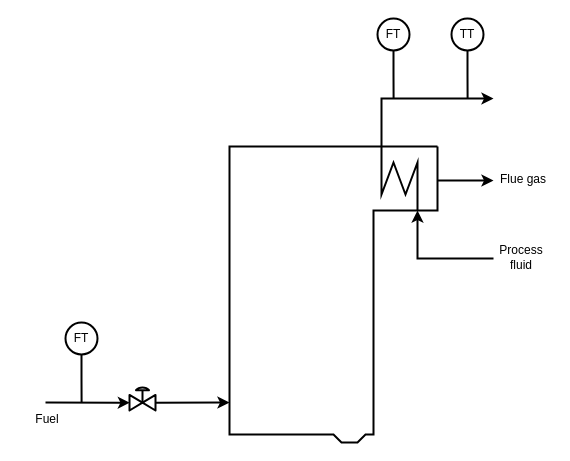
The draw.io diagram page "furnace-ratio-control-solution" (16 of 25) of assets/images/02-ratio-and-feedforward-control.drawio in rputikar/advanced-modeling-and-control, before the edit. Source tidied: cells renumbered, new cells numbered last; positions are measured from the earlier drawing's top-left corner, leaving out a move shared by most shapes. Both pictures are drawn from the tidied source at 100%, with x=0, y=0 at pixel (17, 18).
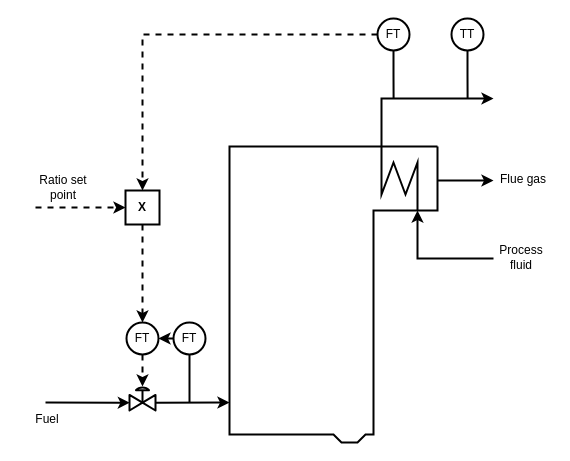
The same diagram, later.

The change refers to these unchanged cells:
```xml
<mxCell id="6" style="verticalLabelPosition=bottom;align=center;html=1;verticalAlign=top;dashed=0;shape=mxgraph.pid2valves.valve;valveType=gate;actuator=diaph;rounded=0;labelBackgroundColor=none;fontFamily=IBM Plex sans;fontSize=12;fontColor=default;fillColor=none;gradientColor=none;points=[];strokeWidth=2;" parent="1" vertex="1">
  <mxGeometry x="112" y="366" width="26" height="26" as="geometry" />
</mxCell>
<mxCell id="12" value="FT" style="ellipse;whiteSpace=wrap;html=1;rounded=0;labelBackgroundColor=none;fontFamily=IBM Plex sans;fontSize=12;fontColor=default;fillColor=none;gradientColor=none;fontFamily=IBM Plex sans;strokeWidth=2;" parent="1" vertex="1">
  <mxGeometry x="360" width="32" height="32" as="geometry" />
</mxCell>
```

The edit, as a diff of the source:
```diff
@@
     <mxCell id="9" style="edgeStyle=orthogonalEdgeStyle;shape=connector;rounded=0;jettySize=auto;html=1;exitX=0.5;exitY=1;exitDx=0;exitDy=0;labelBackgroundColor=none;strokeColor=default;fontFamily=IBM Plex sans;fontSize=12;fontColor=default;endArrow=none;endSize=4;endFill=0;strokeWidth=2;" parent="1" edge="1" source="10">
       <mxGeometry relative="1" as="geometry">
-        <mxPoint x="64.1" y="384" as="targetPoint" />
+        <mxPoint x="172" y="384" as="targetPoint" />
       </mxGeometry>
     </mxCell>
     <mxCell id="10" value="FT" style="ellipse;whiteSpace=wrap;html=1;rounded=0;labelBackgroundColor=none;fontFamily=IBM Plex sans;fontSize=12;fontColor=default;fillColor=none;gradientColor=none;fontFamily=IBM Plex sans;strokeWidth=2;" parent="1" vertex="1">
-      <mxGeometry x="48" y="304" width="32" height="32" as="geometry" />
+      <mxGeometry x="156" y="304" width="32" height="32" as="geometry" />
     </mxCell>
@@
+    <mxCell id="19" value="&lt;b&gt;X&lt;/b&gt;" style="whiteSpace=wrap;html=1;rounded=0;strokeColor=default;strokeWidth=2;align=center;verticalAlign=middle;fontFamily=IBM Plex sans;fontSize=12;fontColor=default;labelBackgroundColor=none;fillColor=none;" parent="1" vertex="1">
+      <mxGeometry x="108" y="172" width="34" height="34" as="geometry" />
+    </mxCell>
+    <mxCell id="20" style="edgeStyle=orthogonalEdgeStyle;rounded=0;jettySize=auto;html=1;strokeColor=default;strokeWidth=2;align=center;verticalAlign=middle;fontFamily=IBM Plex sans;fontSize=12;fontColor=default;labelBackgroundColor=none;endArrow=classic;endSize=6;dashed=1;" parent="1" edge="1" source="19" target="24">
+      <mxGeometry relative="1" as="geometry" />
+    </mxCell>
+    <mxCell id="21" style="edgeStyle=orthogonalEdgeStyle;rounded=0;jettySize=auto;html=1;strokeColor=default;strokeWidth=2;align=center;verticalAlign=middle;fontFamily=IBM Plex sans;fontSize=12;fontColor=default;labelBackgroundColor=none;endArrow=classic;endSize=6;dashed=1;entryX=0;entryY=0.5;entryDx=0;entryDy=0;" parent="1" edge="1" target="19">
+      <mxGeometry relative="1" as="geometry">
+        <mxPoint x="18" y="189" as="sourcePoint" />
+        <Array as="points">
+          <mxPoint x="18" y="189" />
+        </Array>
+      </mxGeometry>
+    </mxCell>
+    <mxCell id="22" style="edgeStyle=orthogonalEdgeStyle;rounded=0;jettySize=auto;html=1;strokeColor=default;strokeWidth=2;align=center;verticalAlign=middle;fontFamily=IBM Plex sans;fontSize=12;fontColor=default;labelBackgroundColor=none;endArrow=classic;endSize=6;dashed=1;entryX=0.5;entryY=0;entryDx=0;entryDy=0;exitX=0;exitY=0.5;exitDx=0;exitDy=0;" parent="1" edge="1" source="12" target="19">
+      <mxGeometry relative="1" as="geometry">
+        <Array as="points">
+          <mxPoint x="125" y="16" />
+        </Array>
+      </mxGeometry>
+    </mxCell>
+    <mxCell id="23" value="Ratio set point" style="text;html=1;strokeColor=none;fillColor=none;align=center;verticalAlign=middle;whiteSpace=wrap;rounded=0;fontSize=12;fontFamily=IBM Plex sans;fontColor=default;strokeWidth=2;" parent="1" vertex="1">
+      <mxGeometry x="16" y="154" width="60" height="30" as="geometry" />
+    </mxCell>
+    <mxCell id="24" value="FT" style="ellipse;whiteSpace=wrap;html=1;rounded=0;labelBackgroundColor=none;fontFamily=IBM Plex sans;fontSize=12;fontColor=default;fillColor=none;gradientColor=none;fontFamily=IBM Plex sans;strokeWidth=2;" parent="1" vertex="1">
+      <mxGeometry x="109" y="304" width="32" height="32" as="geometry" />
+    </mxCell>
+    <mxCell id="25" style="edgeStyle=orthogonalEdgeStyle;rounded=0;jettySize=auto;html=1;strokeColor=default;strokeWidth=2;align=center;verticalAlign=middle;fontFamily=IBM Plex sans;fontSize=12;fontColor=default;labelBackgroundColor=none;endArrow=classic;endSize=6;dashed=1;entryX=0.5;entryY=0.075;entryDx=0;entryDy=0;exitX=0.5;exitY=1;exitDx=0;exitDy=0;entryPerimeter=0;" parent="1" edge="1" source="24" target="6">
+      <mxGeometry relative="1" as="geometry" />
+    </mxCell>
+    <mxCell id="26" style="edgeStyle=orthogonalEdgeStyle;rounded=0;jettySize=auto;html=1;strokeColor=default;strokeWidth=2;align=center;verticalAlign=middle;fontFamily=IBM Plex sans;fontSize=12;fontColor=default;labelBackgroundColor=none;endArrow=classic;endSize=6;dashed=1;entryX=1;entryY=0.5;entryDx=0;entryDy=0;exitX=0;exitY=0.5;exitDx=0;exitDy=0;" parent="1" edge="1" source="10" target="24">
+      <mxGeometry relative="1" as="geometry" />
+    </mxCell>
```
